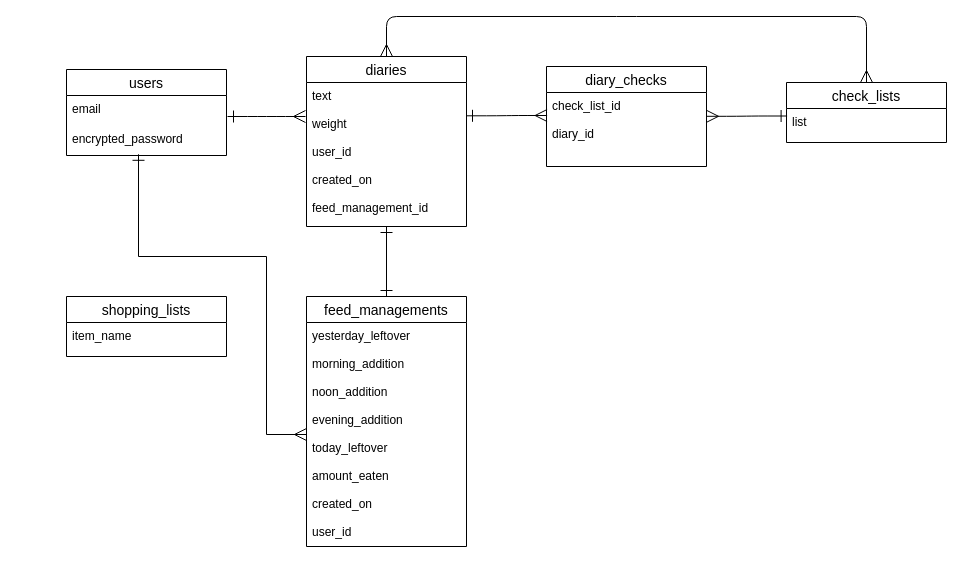
satoko123/diary-app keeps this draw.io diagram as ER.dio. Above is the earlier version. Source tidied: cells renumbered, new cells numbered last; positions are measured from the earlier drawing's top-left corner, leaving out a move shared by most shapes. Both pictures are drawn from the tidied source at 100%, with x=0, y=0 at pixel (66, 16).
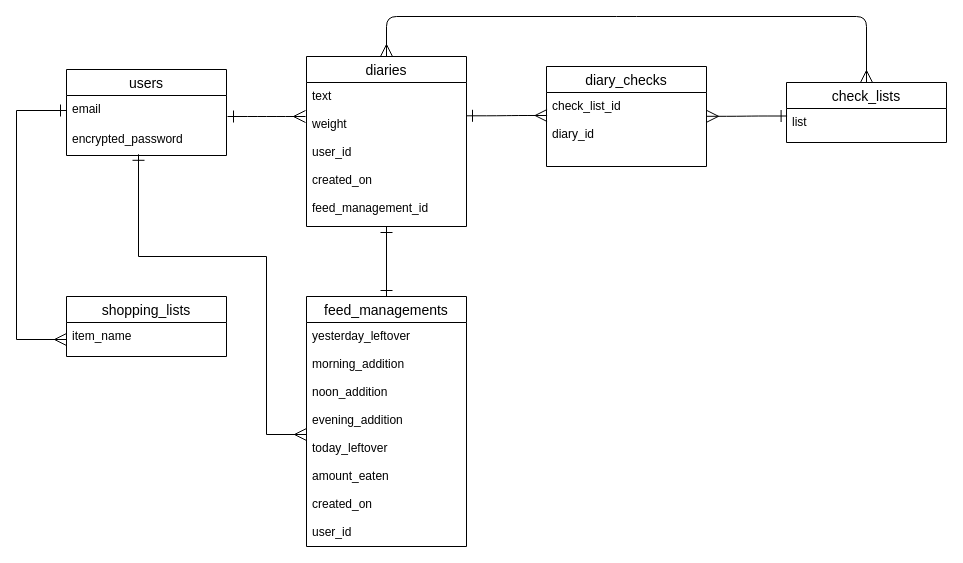
Above is the later version.

Unchanged cells that the change refers to:
```xml
<mxCell id="3" value="email" style="text;strokeColor=none;fillColor=none;spacingLeft=4;spacingRight=4;overflow=hidden;points=[[0,0.5],[1,0.5]];portConstraint=eastwest;fontSize=12;" parent="2" vertex="1">
  <mxGeometry y="26" width="160" height="30" as="geometry" />
</mxCell>
<mxCell id="10" value="item_name" style="text;strokeColor=none;fillColor=none;spacingLeft=4;spacingRight=4;overflow=hidden;points=[[0,0.5],[1,0.5]];portConstraint=eastwest;fontSize=12;" parent="9" vertex="1">
  <mxGeometry y="26" width="160" height="34" as="geometry" />
</mxCell>
```

The edit, as a diff of the source:
```diff
@@
+    <mxCell id="21" style="edgeStyle=orthogonalEdgeStyle;rounded=0;jettySize=auto;html=1;exitX=0;exitY=0.5;exitDx=0;exitDy=0;entryX=0;entryY=0.5;entryDx=0;entryDy=0;startArrow=ERmany;startFill=0;endArrow=ERone;endFill=0;endSize=10;startSize=10;" parent="1" edge="1" source="10" target="3">
+      <mxGeometry relative="1" as="geometry">
+        <Array as="points">
+          <mxPoint x="-50" y="323" />
+          <mxPoint x="-50" y="94" />
+        </Array>
+      </mxGeometry>
+    </mxCell>
```
